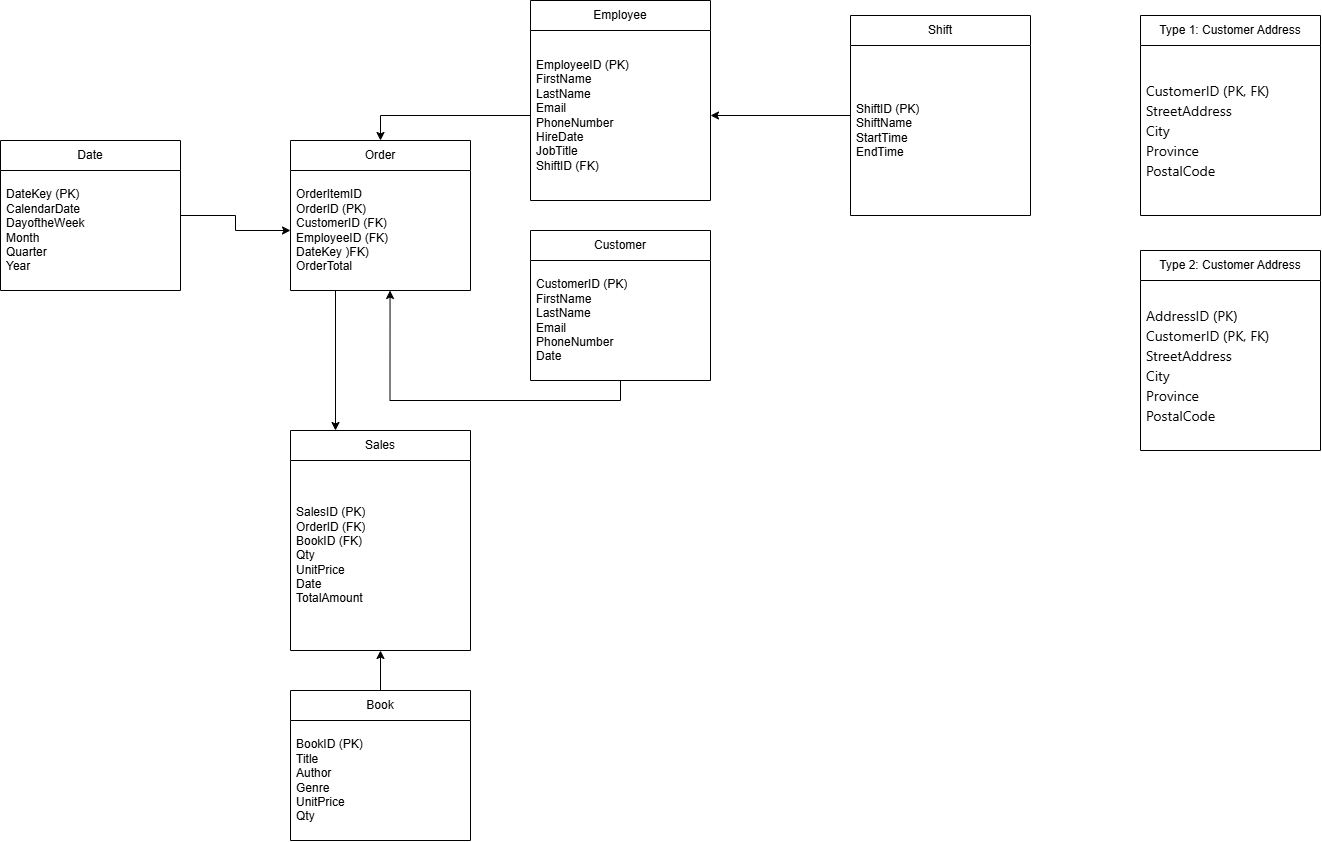
This is 02_activities/assignments/Microcredential_Cohort/SQL-Assignment2-Section1.png from ksantos10/sql, a draw.io export, as it was before one commit. Source tidied: cells renumbered, new cells last; positions are measured from the earlier drawing's top-left corner, leaving out a move shared by most shapes.
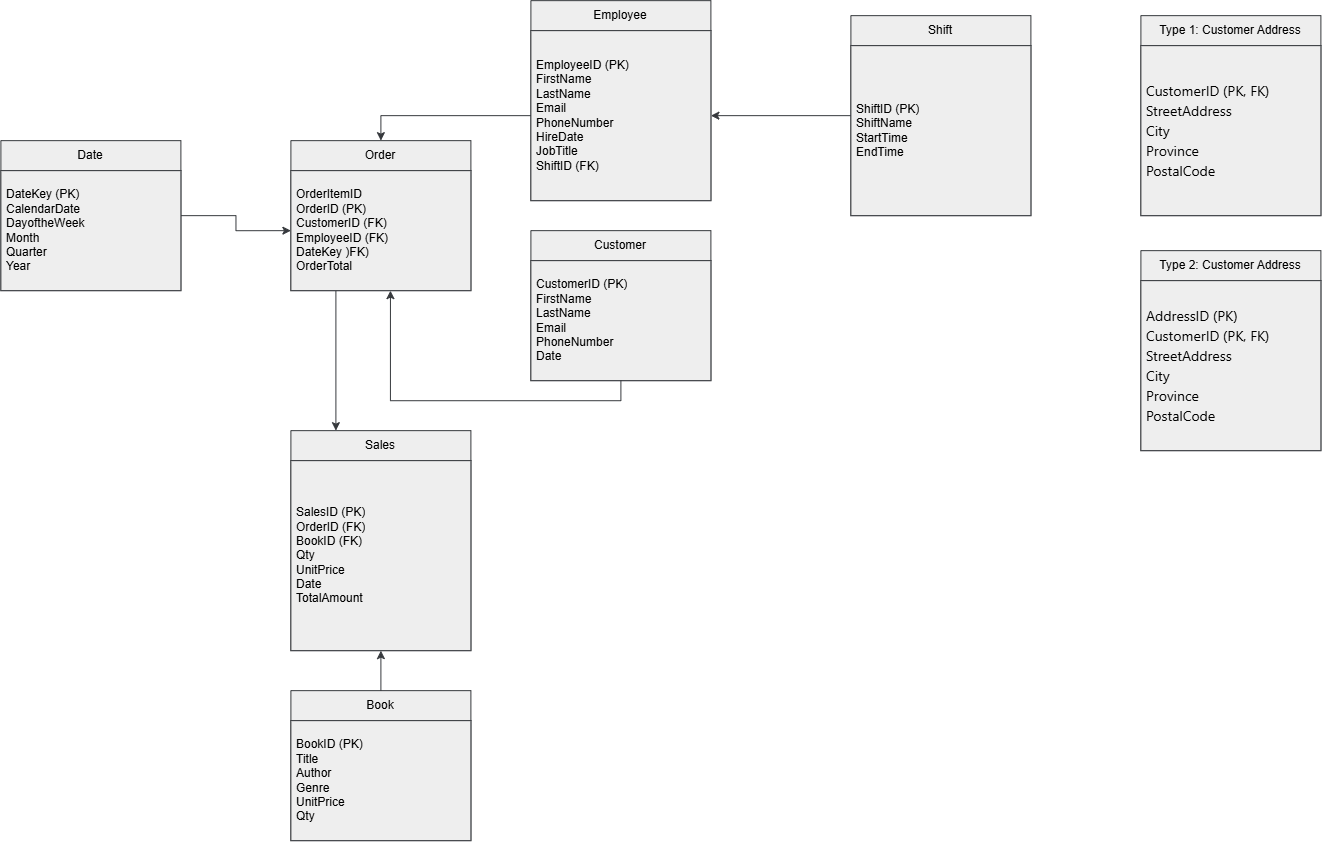
Above is the later version.

What changed in the source:
```diff
@@ -2,76 +2,76 @@
   <root>
     <mxCell id="0" />
     <mxCell id="1" parent="0" />
-    <mxCell id="2" value="Book" style="swimlane;fontStyle=0;horizontal=1;startSize=30;whiteSpace=wrap;html=1;" parent="1" vertex="1">
+    <mxCell id="2" value="Book" style="swimlane;fontStyle=0;horizontal=1;startSize=30;whiteSpace=wrap;html=1;fillColor=#eeeeee;strokeColor=#36393d;" parent="1" vertex="1">
       <mxGeometry x="290" y="690" width="180" height="150" as="geometry" />
     </mxCell>
-    <mxCell id="3" value="BookID (PK)&lt;div&gt;Title&lt;/div&gt;&lt;div&gt;Author&lt;/div&gt;&lt;div&gt;Genre&lt;/div&gt;&lt;div&gt;UnitPrice&lt;/div&gt;&lt;div&gt;Qty&lt;/div&gt;" style="text;strokeColor=none;fillColor=none;align=left;verticalAlign=middle;spacingLeft=4;spacingRight=4;overflow=hidden;whiteSpace=wrap;html=1;" parent="2" vertex="1">
+    <mxCell id="3" value="BookID (PK)&lt;div&gt;Title&lt;/div&gt;&lt;div&gt;Author&lt;/div&gt;&lt;div&gt;Genre&lt;/div&gt;&lt;div&gt;UnitPrice&lt;/div&gt;&lt;div&gt;Qty&lt;/div&gt;" style="text;strokeColor=#36393d;fillColor=#eeeeee;align=left;verticalAlign=middle;spacingLeft=4;spacingRight=4;overflow=hidden;whiteSpace=wrap;html=1;" parent="2" vertex="1">
       <mxGeometry y="30" width="180" height="120" as="geometry" />
     </mxCell>
-    <mxCell id="4" style="edgeStyle=orthogonalEdgeStyle;rounded=0;jettySize=auto;html=1;exitX=0.25;exitY=1;exitDx=0;exitDy=0;entryX=0.25;entryY=0;entryDx=0;entryDy=0;" parent="1" edge="1" source="5" target="8">
+    <mxCell id="4" style="edgeStyle=orthogonalEdgeStyle;rounded=0;jettySize=auto;html=1;exitX=0.25;exitY=1;exitDx=0;exitDy=0;entryX=0.25;entryY=0;entryDx=0;entryDy=0;fontColor=light-dark(#000000,#FFFFFF);fillColor=#eeeeee;strokeColor=#36393d;" parent="1" edge="1" source="5" target="8">
       <mxGeometry relative="1" as="geometry" />
     </mxCell>
-    <mxCell id="5" value="Order" style="swimlane;fontStyle=0;horizontal=1;startSize=30;whiteSpace=wrap;html=1;" parent="1" vertex="1">
+    <mxCell id="5" value="Order" style="swimlane;fontStyle=0;horizontal=1;startSize=30;whiteSpace=wrap;html=1;fillColor=#eeeeee;strokeColor=#36393d;" parent="1" vertex="1">
       <mxGeometry x="290" y="140" width="180" height="150" as="geometry" />
     </mxCell>
-    <mxCell id="6" value="OrderItemID&lt;div&gt;OrderID (PK)&lt;br&gt;CustomerID (FK)&lt;br&gt;EmployeeID (FK)&lt;/div&gt;&lt;div&gt;DateKey )FK)&lt;/div&gt;&lt;div&gt;OrderTotal&lt;/div&gt;" style="text;strokeColor=none;fillColor=none;align=left;verticalAlign=middle;spacingLeft=4;spacingRight=4;overflow=hidden;points=[[0,0.5],[1,0.5]];portConstraint=eastwest;whiteSpace=wrap;html=1;" parent="5" vertex="1">
+    <mxCell id="6" value="OrderItemID&lt;div&gt;OrderID (PK)&lt;br&gt;CustomerID (FK)&lt;br&gt;EmployeeID (FK)&lt;/div&gt;&lt;div&gt;DateKey )FK)&lt;/div&gt;&lt;div&gt;OrderTotal&lt;/div&gt;" style="text;strokeColor=#36393d;fillColor=#eeeeee;align=left;verticalAlign=middle;spacingLeft=4;spacingRight=4;overflow=hidden;points=[[0,0.5],[1,0.5]];portConstraint=eastwest;whiteSpace=wrap;html=1;" parent="5" vertex="1">
       <mxGeometry y="30" width="180" height="120" as="geometry" />
     </mxCell>
-    <mxCell id="7" style="edgeStyle=orthogonalEdgeStyle;rounded=0;jettySize=auto;html=1;exitX=0.5;exitY=1;exitDx=0;exitDy=0;entryX=0.5;entryY=0;entryDx=0;entryDy=0;startArrow=classic;startFill=1;endArrow=none;endFill=0;" parent="1" edge="1" source="8" target="2">
+    <mxCell id="7" style="edgeStyle=orthogonalEdgeStyle;rounded=0;jettySize=auto;html=1;exitX=0.5;exitY=1;exitDx=0;exitDy=0;entryX=0.5;entryY=0;entryDx=0;entryDy=0;startArrow=classic;startFill=1;endArrow=none;endFill=0;fontColor=light-dark(#000000,#FFFFFF);fillColor=#eeeeee;strokeColor=#36393d;" parent="1" edge="1" source="8" target="2">
       <mxGeometry relative="1" as="geometry" />
     </mxCell>
-    <mxCell id="8" value="Sales" style="swimlane;fontStyle=0;horizontal=1;startSize=30;whiteSpace=wrap;html=1;" parent="1" vertex="1">
+    <mxCell id="8" value="Sales" style="swimlane;fontStyle=0;horizontal=1;startSize=30;whiteSpace=wrap;html=1;fillColor=#eeeeee;strokeColor=#36393d;" parent="1" vertex="1">
       <mxGeometry x="290" y="430" width="180" height="220" as="geometry" />
     </mxCell>
-    <mxCell id="9" value="SalesID (PK)&lt;div&gt;OrderID (FK)&lt;div&gt;BookID (FK)&lt;/div&gt;&lt;div&gt;Qty&lt;br&gt;UnitPrice&lt;/div&gt;&lt;div&gt;Date&lt;/div&gt;&lt;div&gt;TotalAmount&lt;/div&gt;&lt;/div&gt;" style="text;strokeColor=none;fillColor=none;align=left;verticalAlign=middle;spacingLeft=4;spacingRight=4;overflow=hidden;whiteSpace=wrap;html=1;" parent="8" vertex="1">
+    <mxCell id="9" value="SalesID (PK)&lt;div&gt;OrderID (FK)&lt;div&gt;BookID (FK)&lt;/div&gt;&lt;div&gt;Qty&lt;br&gt;UnitPrice&lt;/div&gt;&lt;div&gt;Date&lt;/div&gt;&lt;div&gt;TotalAmount&lt;/div&gt;&lt;/div&gt;" style="text;strokeColor=#36393d;fillColor=#eeeeee;align=left;verticalAlign=middle;spacingLeft=4;spacingRight=4;overflow=hidden;whiteSpace=wrap;html=1;" parent="8" vertex="1">
       <mxGeometry y="30" width="180" height="190" as="geometry" />
     </mxCell>
-    <mxCell id="10" value="Employee" style="swimlane;fontStyle=0;horizontal=1;startSize=30;whiteSpace=wrap;html=1;" parent="1" vertex="1">
+    <mxCell id="10" value="Employee" style="swimlane;fontStyle=0;horizontal=1;startSize=30;whiteSpace=wrap;html=1;fillColor=#eeeeee;strokeColor=#36393d;" parent="1" vertex="1">
       <mxGeometry x="530" width="180" height="200" as="geometry" />
     </mxCell>
-    <mxCell id="11" value="EmployeeID (PK)&lt;div&gt;FirstName&lt;/div&gt;&lt;div&gt;LastName&lt;/div&gt;&lt;div&gt;Email&lt;/div&gt;&lt;div&gt;PhoneNumber&lt;/div&gt;&lt;div&gt;HireDate&lt;/div&gt;&lt;div&gt;JobTitle&lt;br&gt;ShiftID (FK)&lt;/div&gt;" style="text;strokeColor=none;fillColor=none;align=left;verticalAlign=middle;spacingLeft=4;spacingRight=4;overflow=hidden;points=[[0,0.5],[1,0.5]];portConstraint=eastwest;whiteSpace=wrap;html=1;" parent="10" vertex="1">
+    <mxCell id="11" value="EmployeeID (PK)&lt;div&gt;FirstName&lt;/div&gt;&lt;div&gt;LastName&lt;/div&gt;&lt;div&gt;Email&lt;/div&gt;&lt;div&gt;PhoneNumber&lt;/div&gt;&lt;div&gt;HireDate&lt;/div&gt;&lt;div&gt;JobTitle&lt;br&gt;ShiftID (FK)&lt;/div&gt;" style="text;strokeColor=#36393d;fillColor=#eeeeee;align=left;verticalAlign=middle;spacingLeft=4;spacingRight=4;overflow=hidden;points=[[0,0.5],[1,0.5]];portConstraint=eastwest;whiteSpace=wrap;html=1;" parent="10" vertex="1">
       <mxGeometry y="30" width="180" height="170" as="geometry" />
     </mxCell>
-    <mxCell id="12" value="Customer" style="swimlane;fontStyle=0;horizontal=1;startSize=30;whiteSpace=wrap;html=1;" parent="1" vertex="1">
+    <mxCell id="12" value="Customer" style="swimlane;fontStyle=0;horizontal=1;startSize=30;whiteSpace=wrap;html=1;fillColor=#eeeeee;strokeColor=#36393d;" parent="1" vertex="1">
       <mxGeometry x="530" y="230" width="180" height="150" as="geometry" />
     </mxCell>
-    <mxCell id="13" value="CustomerID (PK)&lt;div&gt;FirstName&lt;/div&gt;&lt;div&gt;LastName&lt;/div&gt;&lt;div&gt;Email&lt;/div&gt;&lt;div&gt;PhoneNumber&lt;/div&gt;&lt;div&gt;Date&lt;/div&gt;" style="text;strokeColor=none;fillColor=none;align=left;verticalAlign=middle;spacingLeft=4;spacingRight=4;overflow=hidden;whiteSpace=wrap;html=1;" parent="12" vertex="1">
+    <mxCell id="13" value="CustomerID (PK)&lt;div&gt;FirstName&lt;/div&gt;&lt;div&gt;LastName&lt;/div&gt;&lt;div&gt;Email&lt;/div&gt;&lt;div&gt;PhoneNumber&lt;/div&gt;&lt;div&gt;Date&lt;/div&gt;" style="text;strokeColor=#36393d;fillColor=#eeeeee;align=left;verticalAlign=middle;spacingLeft=4;spacingRight=4;overflow=hidden;whiteSpace=wrap;html=1;" parent="12" vertex="1">
       <mxGeometry y="30" width="180" height="120" as="geometry" />
     </mxCell>
-    <mxCell id="14" style="edgeStyle=orthogonalEdgeStyle;rounded=0;jettySize=auto;html=1;exitX=1;exitY=0.5;exitDx=0;exitDy=0;entryX=0;entryY=0.5;entryDx=0;entryDy=0;" parent="1" edge="1" source="15" target="6">
+    <mxCell id="14" style="edgeStyle=orthogonalEdgeStyle;rounded=0;jettySize=auto;html=1;exitX=1;exitY=0.5;exitDx=0;exitDy=0;entryX=0;entryY=0.5;entryDx=0;entryDy=0;fontColor=light-dark(#000000,#FFFFFF);fillColor=#eeeeee;strokeColor=#36393d;" parent="1" edge="1" source="15" target="6">
       <mxGeometry relative="1" as="geometry" />
     </mxCell>
-    <mxCell id="15" value="Date" style="swimlane;fontStyle=0;horizontal=1;startSize=30;whiteSpace=wrap;html=1;" parent="1" vertex="1">
+    <mxCell id="15" value="Date" style="swimlane;fontStyle=0;horizontal=1;startSize=30;whiteSpace=wrap;html=1;fillColor=#eeeeee;strokeColor=#36393d;" parent="1" vertex="1">
       <mxGeometry y="140" width="180" height="150" as="geometry" />
     </mxCell>
-    <mxCell id="16" value="DateKey (PK)&lt;div&gt;CalendarDate&lt;/div&gt;&lt;div&gt;DayoftheWeek&lt;/div&gt;&lt;div&gt;Month&lt;/div&gt;&lt;div&gt;Quarter&lt;/div&gt;&lt;div&gt;Year&lt;/div&gt;" style="text;strokeColor=none;fillColor=none;align=left;verticalAlign=middle;spacingLeft=4;spacingRight=4;overflow=hidden;whiteSpace=wrap;html=1;" parent="15" vertex="1">
+    <mxCell id="16" value="DateKey (PK)&lt;div&gt;CalendarDate&lt;/div&gt;&lt;div&gt;DayoftheWeek&lt;/div&gt;&lt;div&gt;Month&lt;/div&gt;&lt;div&gt;Quarter&lt;/div&gt;&lt;div&gt;Year&lt;/div&gt;" style="text;strokeColor=#36393d;fillColor=#eeeeee;align=left;verticalAlign=middle;spacingLeft=4;spacingRight=4;overflow=hidden;whiteSpace=wrap;html=1;" parent="15" vertex="1">
       <mxGeometry y="30" width="180" height="120" as="geometry" />
     </mxCell>
-    <mxCell id="17" style="edgeStyle=orthogonalEdgeStyle;rounded=0;jettySize=auto;html=1;exitX=0.5;exitY=1;exitDx=0;exitDy=0;entryX=0.553;entryY=1;entryDx=0;entryDy=0;entryPerimeter=0;" parent="1" edge="1" source="12" target="6">
+    <mxCell id="17" style="edgeStyle=orthogonalEdgeStyle;rounded=0;jettySize=auto;html=1;exitX=0.5;exitY=1;exitDx=0;exitDy=0;entryX=0.553;entryY=1;entryDx=0;entryDy=0;entryPerimeter=0;fontColor=light-dark(#000000,#FFFFFF);fillColor=#eeeeee;strokeColor=#36393d;" parent="1" edge="1" source="12" target="6">
       <mxGeometry relative="1" as="geometry" />
     </mxCell>
-    <mxCell id="18" style="edgeStyle=orthogonalEdgeStyle;rounded=0;jettySize=auto;html=1;exitX=0;exitY=0.5;exitDx=0;exitDy=0;entryX=0.5;entryY=0;entryDx=0;entryDy=0;" parent="1" edge="1" source="11" target="5">
+    <mxCell id="18" style="edgeStyle=orthogonalEdgeStyle;rounded=0;jettySize=auto;html=1;exitX=0;exitY=0.5;exitDx=0;exitDy=0;entryX=0.5;entryY=0;entryDx=0;entryDy=0;fontColor=light-dark(#000000,#FFFFFF);fillColor=#eeeeee;strokeColor=#36393d;" parent="1" edge="1" source="11" target="5">
       <mxGeometry relative="1" as="geometry" />
     </mxCell>
-    <mxCell id="19" style="edgeStyle=orthogonalEdgeStyle;rounded=0;jettySize=auto;html=1;exitX=0;exitY=0.5;exitDx=0;exitDy=0;entryX=1;entryY=0.5;entryDx=0;entryDy=0;" parent="1" edge="1" source="20" target="11">
+    <mxCell id="19" style="edgeStyle=orthogonalEdgeStyle;rounded=0;jettySize=auto;html=1;exitX=0;exitY=0.5;exitDx=0;exitDy=0;entryX=1;entryY=0.5;entryDx=0;entryDy=0;fontColor=light-dark(#000000,#FFFFFF);fillColor=#eeeeee;strokeColor=#36393d;" parent="1" edge="1" source="20" target="11">
       <mxGeometry relative="1" as="geometry" />
     </mxCell>
-    <mxCell id="20" value="Shift" style="swimlane;fontStyle=0;horizontal=1;startSize=30;whiteSpace=wrap;html=1;" parent="1" vertex="1">
+    <mxCell id="20" value="Shift" style="swimlane;fontStyle=0;horizontal=1;startSize=30;whiteSpace=wrap;html=1;fillColor=#eeeeee;strokeColor=#36393d;" parent="1" vertex="1">
       <mxGeometry x="850" y="15" width="180" height="200" as="geometry" />
     </mxCell>
-    <mxCell id="21" value="ShiftID (PK)&lt;div&gt;ShiftName&lt;/div&gt;&lt;div&gt;StartTime&lt;/div&gt;&lt;div&gt;EndTime&lt;/div&gt;" style="text;strokeColor=none;fillColor=none;align=left;verticalAlign=middle;spacingLeft=4;spacingRight=4;overflow=hidden;whiteSpace=wrap;html=1;" parent="20" vertex="1">
+    <mxCell id="21" value="ShiftID (PK)&lt;div&gt;ShiftName&lt;/div&gt;&lt;div&gt;StartTime&lt;/div&gt;&lt;div&gt;EndTime&lt;/div&gt;" style="text;strokeColor=#36393d;fillColor=#eeeeee;align=left;verticalAlign=middle;spacingLeft=4;spacingRight=4;overflow=hidden;whiteSpace=wrap;html=1;" parent="20" vertex="1">
       <mxGeometry y="30" width="180" height="170" as="geometry" />
     </mxCell>
-    <mxCell id="22" value="Type 1: Customer Address" style="swimlane;fontStyle=0;horizontal=1;startSize=30;whiteSpace=wrap;html=1;" parent="1" vertex="1">
+    <mxCell id="22" value="Type 1: Customer Address" style="swimlane;fontStyle=0;horizontal=1;startSize=30;whiteSpace=wrap;html=1;fillColor=#eeeeee;strokeColor=#36393d;" parent="1" vertex="1">
       <mxGeometry x="1140" y="15" width="180" height="200" as="geometry" />
     </mxCell>
-    <mxCell id="23" value="&lt;div style=&quot;font-family: &amp;quot;Segoe UI&amp;quot;; font-size: 14px; line-height: 20px;&quot;&gt;&lt;div class=&quot;ef25d67724756d67 _58df56ebab87ed41&quot; style=&quot;&quot;&gt;&lt;span style=&quot;color: light-dark(rgb(0, 0, 0), rgb(255, 255, 255));&quot;&gt;CustomerID (PK, FK)&lt;/span&gt;&lt;/div&gt;&lt;div class=&quot;ef25d67724756d67 _58df56ebab87ed41&quot; style=&quot;&quot;&gt;&lt;span style=&quot;color: light-dark(rgb(0, 0, 0), rgb(255, 255, 255));&quot;&gt;StreetAddress&lt;/span&gt;&lt;/div&gt;&lt;div class=&quot;ef25d67724756d67 _58df56ebab87ed41&quot; style=&quot;&quot;&gt;&lt;span style=&quot;color: light-dark(rgb(0, 0, 0), rgb(255, 255, 255));&quot;&gt;City&lt;/span&gt;&lt;/div&gt;&lt;div class=&quot;ef25d67724756d67 _58df56ebab87ed41&quot; style=&quot;&quot;&gt;&lt;span style=&quot;color: light-dark(rgb(0, 0, 0), rgb(255, 255, 255));&quot;&gt;Province&lt;/span&gt;&lt;/div&gt;&lt;div class=&quot;ef25d67724756d67 _58df56ebab87ed41&quot; style=&quot;&quot;&gt;&lt;span style=&quot;color: light-dark(rgb(0, 0, 0), rgb(255, 255, 255));&quot;&gt;PostalCode&lt;/span&gt;&lt;/div&gt;&lt;/div&gt;" style="text;strokeColor=none;fillColor=none;align=left;verticalAlign=middle;spacingLeft=4;spacingRight=4;overflow=hidden;whiteSpace=wrap;html=1;" parent="22" vertex="1">
+    <mxCell id="23" value="&lt;div style=&quot;font-family: &amp;quot;Segoe UI&amp;quot;; font-size: 14px; line-height: 20px;&quot;&gt;&lt;div class=&quot;ef25d67724756d67 _58df56ebab87ed41&quot; style=&quot;&quot;&gt;&lt;span style=&quot;&quot;&gt;CustomerID (PK, FK)&lt;/span&gt;&lt;/div&gt;&lt;div class=&quot;ef25d67724756d67 _58df56ebab87ed41&quot; style=&quot;&quot;&gt;&lt;span style=&quot;&quot;&gt;StreetAddress&lt;/span&gt;&lt;/div&gt;&lt;div class=&quot;ef25d67724756d67 _58df56ebab87ed41&quot; style=&quot;&quot;&gt;&lt;span style=&quot;&quot;&gt;City&lt;/span&gt;&lt;/div&gt;&lt;div class=&quot;ef25d67724756d67 _58df56ebab87ed41&quot; style=&quot;&quot;&gt;&lt;span style=&quot;&quot;&gt;Province&lt;/span&gt;&lt;/div&gt;&lt;div class=&quot;ef25d67724756d67 _58df56ebab87ed41&quot; style=&quot;&quot;&gt;&lt;span style=&quot;&quot;&gt;PostalCode&lt;/span&gt;&lt;/div&gt;&lt;/div&gt;" style="text;strokeColor=#36393d;fillColor=#eeeeee;align=left;verticalAlign=middle;spacingLeft=4;spacingRight=4;overflow=hidden;whiteSpace=wrap;html=1;" parent="22" vertex="1">
       <mxGeometry y="30" width="180" height="170" as="geometry" />
     </mxCell>
-    <mxCell id="24" value="Type 2: Customer Address" style="swimlane;fontStyle=0;horizontal=1;startSize=30;whiteSpace=wrap;html=1;" parent="1" vertex="1">
+    <mxCell id="24" value="Type 2: Customer Address" style="swimlane;fontStyle=0;horizontal=1;startSize=30;whiteSpace=wrap;html=1;fillColor=#eeeeee;strokeColor=#36393d;" parent="1" vertex="1">
       <mxGeometry x="1140" y="250" width="180" height="200" as="geometry" />
     </mxCell>
-    <mxCell id="25" value="&lt;div style=&quot;font-family: &amp;quot;Segoe UI&amp;quot;; font-size: 14px; line-height: 20px;&quot;&gt;&lt;div class=&quot;ef25d67724756d67 _58df56ebab87ed41&quot; style=&quot;&quot;&gt;&lt;span style=&quot;color: light-dark(rgb(0, 0, 0), rgb(255, 255, 255));&quot;&gt;AddressID (PK)&lt;/span&gt;&lt;/div&gt;&lt;div class=&quot;ef25d67724756d67 _58df56ebab87ed41&quot; style=&quot;&quot;&gt;&lt;span style=&quot;color: light-dark(rgb(0, 0, 0), rgb(255, 255, 255));&quot;&gt;CustomerID (PK, FK)&lt;/span&gt;&lt;/div&gt;&lt;div class=&quot;ef25d67724756d67 _58df56ebab87ed41&quot; style=&quot;&quot;&gt;&lt;span style=&quot;color: light-dark(rgb(0, 0, 0), rgb(255, 255, 255));&quot;&gt;StreetAddress&lt;/span&gt;&lt;/div&gt;&lt;div class=&quot;ef25d67724756d67 _58df56ebab87ed41&quot; style=&quot;&quot;&gt;&lt;span style=&quot;color: light-dark(rgb(0, 0, 0), rgb(255, 255, 255));&quot;&gt;City&lt;/span&gt;&lt;/div&gt;&lt;div class=&quot;ef25d67724756d67 _58df56ebab87ed41&quot; style=&quot;&quot;&gt;&lt;span style=&quot;color: light-dark(rgb(0, 0, 0), rgb(255, 255, 255));&quot;&gt;Province&lt;/span&gt;&lt;/div&gt;&lt;div class=&quot;ef25d67724756d67 _58df56ebab87ed41&quot; style=&quot;&quot;&gt;&lt;span style=&quot;color: light-dark(rgb(0, 0, 0), rgb(255, 255, 255));&quot;&gt;PostalCode&lt;/span&gt;&lt;/div&gt;&lt;/div&gt;" style="text;strokeColor=none;fillColor=none;align=left;verticalAlign=middle;spacingLeft=4;spacingRight=4;overflow=hidden;whiteSpace=wrap;html=1;" parent="24" vertex="1">
+    <mxCell id="25" value="&lt;div style=&quot;font-family: &amp;quot;Segoe UI&amp;quot;; font-size: 14px; line-height: 20px;&quot;&gt;&lt;div class=&quot;ef25d67724756d67 _58df56ebab87ed41&quot; style=&quot;&quot;&gt;&lt;span style=&quot;&quot;&gt;AddressID (PK)&lt;/span&gt;&lt;/div&gt;&lt;div class=&quot;ef25d67724756d67 _58df56ebab87ed41&quot; style=&quot;&quot;&gt;&lt;span style=&quot;&quot;&gt;CustomerID (PK, FK)&lt;/span&gt;&lt;/div&gt;&lt;div class=&quot;ef25d67724756d67 _58df56ebab87ed41&quot; style=&quot;&quot;&gt;&lt;span style=&quot;&quot;&gt;StreetAddress&lt;/span&gt;&lt;/div&gt;&lt;div class=&quot;ef25d67724756d67 _58df56ebab87ed41&quot; style=&quot;&quot;&gt;&lt;span style=&quot;&quot;&gt;City&lt;/span&gt;&lt;/div&gt;&lt;div class=&quot;ef25d67724756d67 _58df56ebab87ed41&quot; style=&quot;&quot;&gt;&lt;span style=&quot;&quot;&gt;Province&lt;/span&gt;&lt;/div&gt;&lt;div class=&quot;ef25d67724756d67 _58df56ebab87ed41&quot; style=&quot;&quot;&gt;&lt;span style=&quot;&quot;&gt;PostalCode&lt;/span&gt;&lt;/div&gt;&lt;/div&gt;" style="text;strokeColor=#36393d;fillColor=#eeeeee;align=left;verticalAlign=middle;spacingLeft=4;spacingRight=4;overflow=hidden;whiteSpace=wrap;html=1;" parent="24" vertex="1">
       <mxGeometry y="30" width="180" height="170" as="geometry" />
     </mxCell>
   </root>
```
